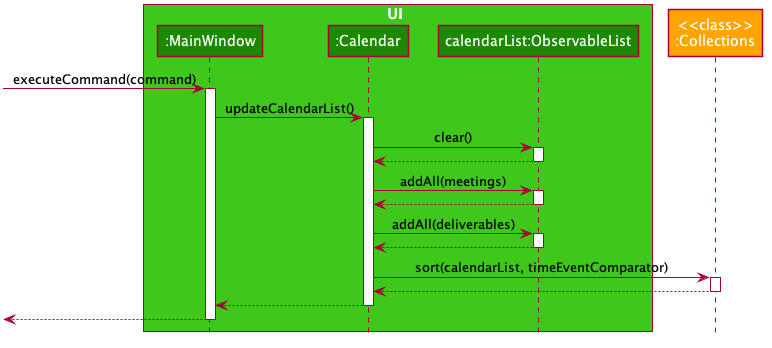
The PlantUML diagram docs/images/CalendarSequenceDiagram.png in shadowezz/Productiv, before a commit. Source of this version:
```plantuml
@startuml










skinparam BackgroundColor #FFFFFFF

skinparam Shadowing false

skinparam Class {
    FontColor #FFFFFF
    BorderThickness 1
    BorderColor #FFFFFF
    StereotypeFontColor #FFFFFF
    FontName Arial
}

skinparam Actor {
    BorderColor #000000
    Color #000000
    FontName Arial
}

skinparam Sequence {
    MessageAlign center
    BoxFontSize 15
    BoxPadding 0
    BoxFontColor #FFFFFF
    FontName Arial
}

skinparam Participant {
    FontColor #FFFFFFF
    Padding 20
}

skinparam MinClassWidth 50
skinparam ParticipantPadding 10
skinparam Shadowing false
skinparam DefaultTextAlignment center
skinparam packageStyle Rectangle
skinparam classAttributeIconSize 0

hide footbox
hide members
hide circle

box UI #3FC71B
participant ":MainWindow" as MainWindow #1D8900
participant ":Calendar" as Calendar #1D8900
participant "calendarList:ObservableList" as TimeEvents #1D8900
end box

participant "<<class>>\n:Collections" as Collections #FFA400

[-> MainWindow : executeCommand(command)
activate MainWindow

MainWindow -> Calendar : updateCalendarList()
activate Calendar

Calendar -> TimeEvents : clear()
activate TimeEvents

return

Calendar -> TimeEvents : addAll(meetings)
activate TimeEvents

return

Calendar -> TimeEvents : addAll(deliverables)
activate TimeEvents

return

Calendar -> Collections : sort(calendarList, timeEventComparator)
activate Collections

return

Calendar --> MainWindow :
deactivate

[<--MainWindow
deactivate MainWindow
@enduml
```
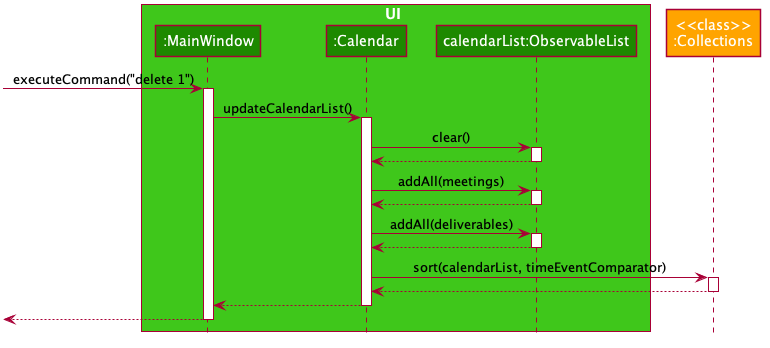
Later version of the same file.

Diff of the diagram source:
```diff
@@ -59,7 +59,7 @@
 
 participant "<<class>>\n:Collections" as Collections #FFA400
 
-[-> MainWindow : executeCommand(command)
+[-> MainWindow : executeCommand("delete 1")
 activate MainWindow
 
 MainWindow -> Calendar : updateCalendarList()
```
